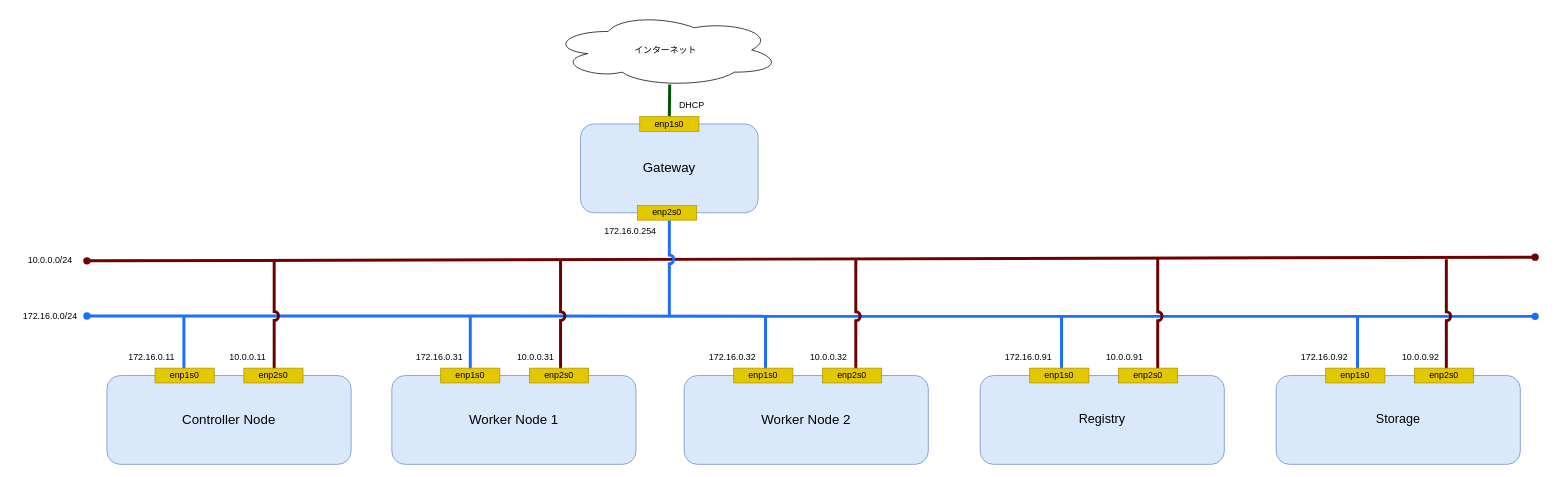
The draw.io diagram _static/image/network_diagram.drawio in 9506hqwy/k8s_study_notes, before the edit. Source tidied: cells renumbered, new cells numbered last; positions are measured from the earlier drawing's top-left corner, leaving out a move shared by most shapes. Both pictures are drawn from the tidied source at 74%, with x=0, y=0 at pixel (13, 13).
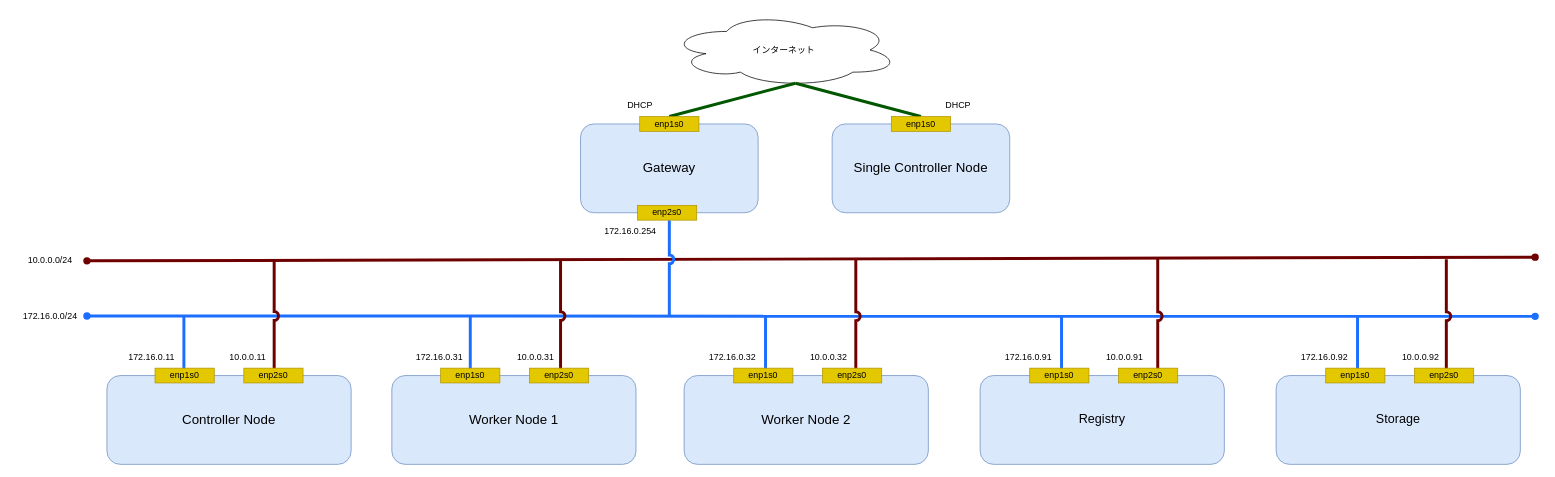
The same page after the edit.

Unchanged cells that the change refers to:
```xml
<mxCell id="23" value="enp1s0" style="rounded=0;whiteSpace=wrap;html=1;fillColor=#e3c800;fontColor=#000000;strokeColor=#B09500;" parent="19" vertex="1">
  <mxGeometry x="847" y="140" width="80" height="20" as="geometry" />
</mxCell>
```

Change to the diagram source:
```diff
@@
     <mxCell id="5" value="インターネット" style="ellipse;shape=cloud;whiteSpace=wrap;html=1;" parent="1" vertex="1">
-      <mxGeometry x="727" width="310" height="100" as="geometry" />
+      <mxGeometry x="887" width="310" height="100" as="geometry" />
     </mxCell>
-    <mxCell id="6" style="endArrow=none;html=1;rounded=0;startArrow=none;startFill=0;endFill=0;strokeWidth=4;fillColor=#008a00;strokeColor=#005700;exitX=0.466;exitY=0.967;exitDx=0;exitDy=0;entryX=0.5;entryY=0;entryDx=0;entryDy=0;exitPerimeter=0;" parent="1" edge="1" target="23">
-      <mxGeometry relative="1" as="geometry">
-        <mxPoint x="887.5" y="96.7" as="sourcePoint" />
-      </mxGeometry>
+    <mxCell id="6" style="endArrow=none;html=1;rounded=0;startArrow=none;startFill=0;endFill=0;strokeWidth=4;fillColor=#008a00;strokeColor=#005700;exitX=0.55;exitY=0.95;exitDx=0;exitDy=0;entryX=0.5;entryY=0;entryDx=0;entryDy=0;exitPerimeter=0;" parent="1" edge="1" source="5" target="23">
+      <mxGeometry relative="1" as="geometry" />
     </mxCell>
@@
+    <mxCell id="50" style="endArrow=none;html=1;rounded=0;startArrow=none;startFill=0;endFill=0;strokeWidth=4;fillColor=#008a00;strokeColor=#005700;exitX=0.55;exitY=0.95;exitDx=0;exitDy=0;exitPerimeter=0;entryX=0.5;entryY=0;entryDx=0;entryDy=0;" parent="1" edge="1" source="5" target="52">
+      <mxGeometry relative="1" as="geometry" />
+    </mxCell>
@@
     <mxCell id="27" value="DHCP" style="text;html=1;align=center;verticalAlign=middle;strokeColor=none;fillColor=none;" parent="19" vertex="1">
-      <mxGeometry x="887" y="110" width="60" height="30" as="geometry" />
+      <mxGeometry x="817" y="110" width="60" height="30" as="geometry" />
     </mxCell>
@@
+    <mxCell id="51" value="&lt;font style=&quot;font-size: 18px;&quot;&gt;Single Controller Node&lt;/font&gt;" style="rounded=1;whiteSpace=wrap;html=1;fillColor=#dae8fc;strokeColor=#6c8ebf;" parent="19" vertex="1">
+      <mxGeometry x="1107" y="150" width="240" height="120" as="geometry" />
+    </mxCell>
+    <mxCell id="52" value="enp1s0" style="rounded=0;whiteSpace=wrap;html=1;fillColor=#e3c800;fontColor=#000000;strokeColor=#B09500;" parent="19" vertex="1">
+      <mxGeometry x="1187" y="140" width="80" height="20" as="geometry" />
+    </mxCell>
+    <mxCell id="53" value="DHCP" style="text;html=1;align=center;verticalAlign=middle;strokeColor=none;fillColor=none;" parent="19" vertex="1">
+      <mxGeometry x="1247" y="110" width="60" height="30" as="geometry" />
+    </mxCell>
```
